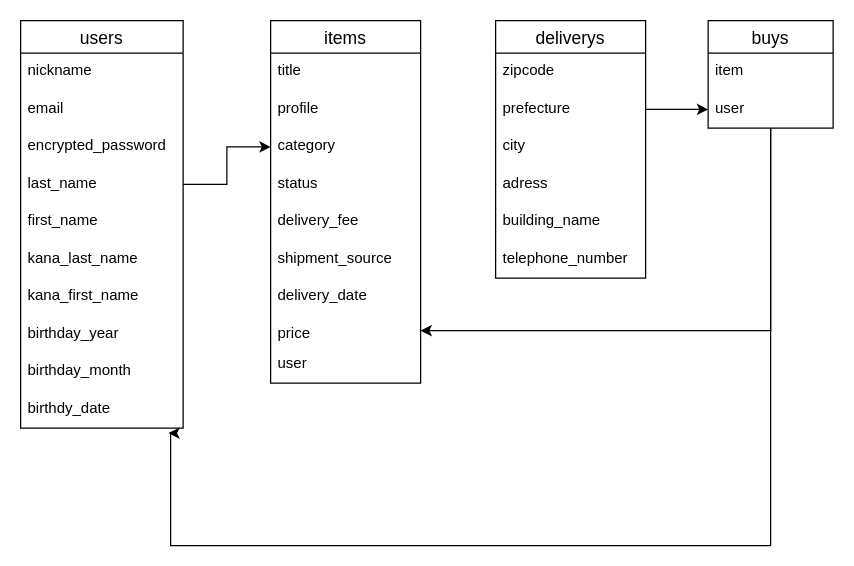
taiki365/furima-37099 keeps this draw.io diagram as test.dio. Above is the earlier version. Source tidied: cells renumbered, new cells numbered last; positions are measured from the earlier drawing's top-left corner, leaving out a move shared by most shapes. Both pictures are drawn from the tidied source at 125%, with x=0, y=0 at pixel (20, 20).
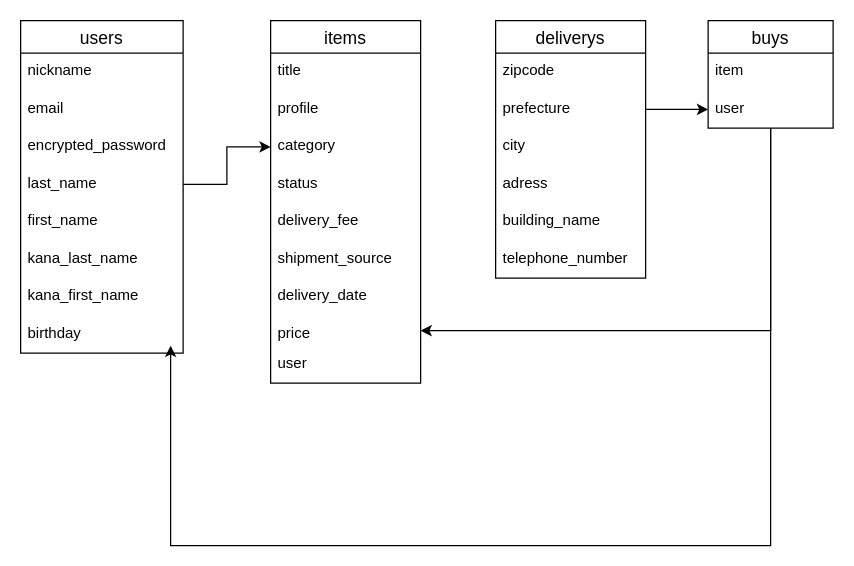
Above is the later version.

Commit message (it also covers changes not shown here):
データベース設計　type修正2

Unchanged cells that the change refers to:
```xml
<mxCell id="15" value="buys" style="swimlane;fontStyle=0;horizontal=1;startSize=26;align=center;fontSize=14;" parent="1" vertex="1">
  <mxGeometry x="550" width="100" height="86" as="geometry" />
</mxCell>
```

What changed in the source:
```diff
@@
     <mxCell id="2" value="users" style="swimlane;fontStyle=0;horizontal=1;startSize=26;align=center;fontSize=14;" parent="1" vertex="1">
-      <mxGeometry width="130" height="326" as="geometry" />
+      <mxGeometry width="130" height="266" as="geometry" />
     </mxCell>
@@
-    <mxCell id="10" value="birthday_year" style="text;strokeColor=none;fillColor=none;spacingLeft=4;spacingRight=4;overflow=hidden;fontSize=12;" parent="2" vertex="1">
+    <mxCell id="10" value="birthday" style="text;strokeColor=none;fillColor=none;spacingLeft=4;spacingRight=4;overflow=hidden;fontSize=12;" parent="2" vertex="1">
       <mxGeometry y="236" width="130" height="30" as="geometry" />
     </mxCell>
-    <mxCell id="11" value="birthday_month" style="text;strokeColor=none;fillColor=none;spacingLeft=4;spacingRight=4;overflow=hidden;fontSize=12;" parent="2" vertex="1">
-      <mxGeometry y="266" width="130" height="30" as="geometry" />
-    </mxCell>
-    <mxCell id="12" value="birthdy_date" style="text;strokeColor=none;fillColor=none;spacingLeft=4;spacingRight=4;overflow=hidden;points=[[0,0.5],[1,0.5]];portConstraint=eastwest;fontSize=12;" parent="2" vertex="1">
-      <mxGeometry y="296" width="130" height="30" as="geometry" />
-    </mxCell>
-    <mxCell id="13" style="edgeStyle=orthogonalEdgeStyle;rounded=0;jettySize=auto;html=1;entryX=0.909;entryY=1.133;entryDx=0;entryDy=0;entryPerimeter=0;" parent="1" edge="1" source="15" target="12">
+    <mxCell id="13" style="edgeStyle=orthogonalEdgeStyle;rounded=0;jettySize=auto;html=1;" parent="1" edge="1" source="15">
       <mxGeometry relative="1" as="geometry">
+        <mxPoint x="120" y="260" as="targetPoint" />
         <Array as="points">
           <mxPoint x="600" y="420" />
           <mxPoint x="120" y="420" />
         </Array>
       </mxGeometry>
     </mxCell>
```
